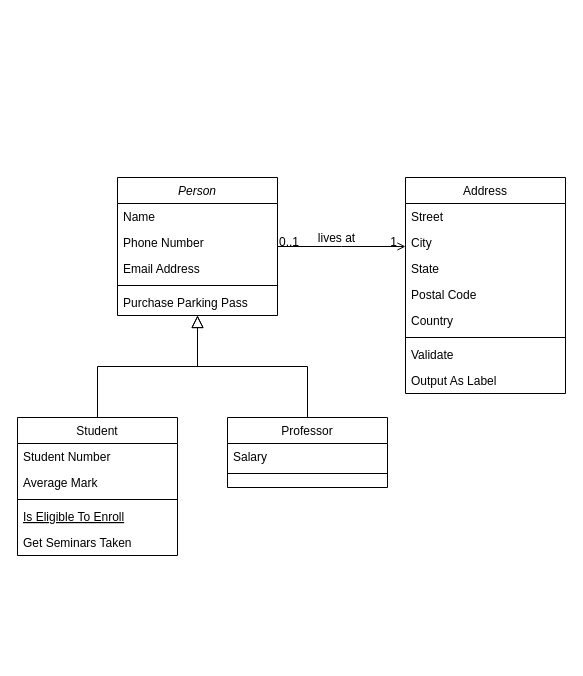
The draw.io diagram Untitled Diagram.drawio in lazaralex98/lazaralex98, before the edit. Source tidied: cells renumbered, new cells numbered last; positions are measured from the earlier drawing's top-left corner, leaving out a move shared by most shapes. Both pictures are drawn from the tidied source at 100%, with x=0, y=0 at pixel (17, 177).
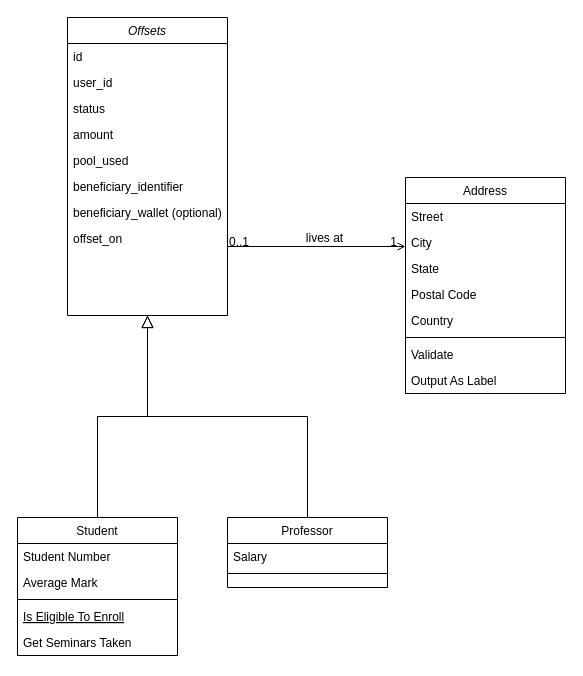
The same page after the edit.

Commit message (it also covers changes not shown here):
Offset API Data Model

Change to the diagram source:
```diff
@@
-    <mxCell id="2" value="Person" style="swimlane;fontStyle=2;align=center;verticalAlign=top;horizontal=1;startSize=26;rounded=0;shadow=0;strokeWidth=1;" parent="1" vertex="1">
-      <mxGeometry x="100" width="160" height="138" as="geometry" />
+    <mxCell id="2" value="Offsets" style="swimlane;fontStyle=2;align=center;verticalAlign=top;horizontal=1;startSize=26;rounded=0;shadow=0;strokeWidth=1;" parent="1" vertex="1">
+      <mxGeometry x="50" y="-160" width="160" height="298" as="geometry" />
     </mxCell>
-    <mxCell id="3" value="Name" style="text;align=left;verticalAlign=top;spacingLeft=4;spacingRight=4;overflow=hidden;" parent="2" vertex="1">
+    <mxCell id="3" value="id" style="text;align=left;verticalAlign=top;spacingLeft=4;spacingRight=4;overflow=hidden;" parent="2" vertex="1">
       <mxGeometry y="26" width="160" height="26" as="geometry" />
     </mxCell>
-    <mxCell id="4" value="Phone Number" style="text;align=left;verticalAlign=top;spacingLeft=4;spacingRight=4;overflow=hidden;rounded=0;shadow=0;html=0;" parent="2" vertex="1">
+    <mxCell id="4" value="user_id" style="text;align=left;verticalAlign=top;spacingLeft=4;spacingRight=4;overflow=hidden;rounded=0;shadow=0;html=0;" parent="2" vertex="1">
       <mxGeometry y="52" width="160" height="26" as="geometry" />
     </mxCell>
-    <mxCell id="5" value="Email Address" style="text;align=left;verticalAlign=top;spacingLeft=4;spacingRight=4;overflow=hidden;rounded=0;shadow=0;html=0;" parent="2" vertex="1">
+    <mxCell id="5" value="status" style="text;align=left;verticalAlign=top;spacingLeft=4;spacingRight=4;overflow=hidden;rounded=0;shadow=0;html=0;" parent="2" vertex="1">
       <mxGeometry y="78" width="160" height="26" as="geometry" />
     </mxCell>
-    <mxCell id="6" style="line;html=1;strokeWidth=1;align=left;verticalAlign=middle;spacingTop=-1;spacingLeft=3;spacingRight=3;labelPosition=right;" parent="2" vertex="1">
-      <mxGeometry y="104" width="160" height="8" as="geometry" />
-    </mxCell>
-    <mxCell id="7" value="Purchase Parking Pass" style="text;align=left;verticalAlign=top;spacingLeft=4;spacingRight=4;overflow=hidden;" parent="2" vertex="1">
-      <mxGeometry y="112" width="160" height="26" as="geometry" />
-    </mxCell>
+    <mxCell id="32" value="amount" style="text;align=left;verticalAlign=top;spacingLeft=4;spacingRight=4;overflow=hidden;rounded=0;shadow=0;html=0;" parent="2" vertex="1">
+      <mxGeometry y="104" width="160" height="26" as="geometry" />
+    </mxCell>
+    <mxCell id="33" value="pool_used" style="text;align=left;verticalAlign=top;spacingLeft=4;spacingRight=4;overflow=hidden;rounded=0;shadow=0;html=0;" parent="2" vertex="1">
+      <mxGeometry y="130" width="160" height="26" as="geometry" />
+    </mxCell>
+    <mxCell id="34" value="beneficiary_identifier" style="text;align=left;verticalAlign=top;spacingLeft=4;spacingRight=4;overflow=hidden;rounded=0;shadow=0;html=0;" parent="2" vertex="1">
+      <mxGeometry y="156" width="160" height="26" as="geometry" />
+    </mxCell>
+    <mxCell id="35" value="beneficiary_wallet (optional)" style="text;align=left;verticalAlign=top;spacingLeft=4;spacingRight=4;overflow=hidden;rounded=0;shadow=0;html=0;" parent="2" vertex="1">
+      <mxGeometry y="182" width="160" height="26" as="geometry" />
+    </mxCell>
+    <mxCell id="36" value="offset_on" style="text;align=left;verticalAlign=top;spacingLeft=4;spacingRight=4;overflow=hidden;rounded=0;shadow=0;html=0;" parent="2" vertex="1">
+      <mxGeometry y="208" width="160" height="26" as="geometry" />
+    </mxCell>
     <mxCell id="8" value="Student" style="swimlane;fontStyle=0;align=center;verticalAlign=top;horizontal=1;startSize=26;rounded=0;shadow=0;strokeWidth=1;" parent="1" vertex="1">
-      <mxGeometry y="240" width="160" height="138" as="geometry" />
+      <mxGeometry y="340" width="160" height="138" as="geometry" />
     </mxCell>
@@
     <mxCell id="15" value="Professor" style="swimlane;fontStyle=0;align=center;verticalAlign=top;horizontal=1;startSize=26;rounded=0;shadow=0;strokeWidth=1;" parent="1" vertex="1">
-      <mxGeometry x="210" y="240" width="160" height="70" as="geometry" />
+      <mxGeometry x="210" y="340" width="160" height="70" as="geometry" />
     </mxCell>
```
